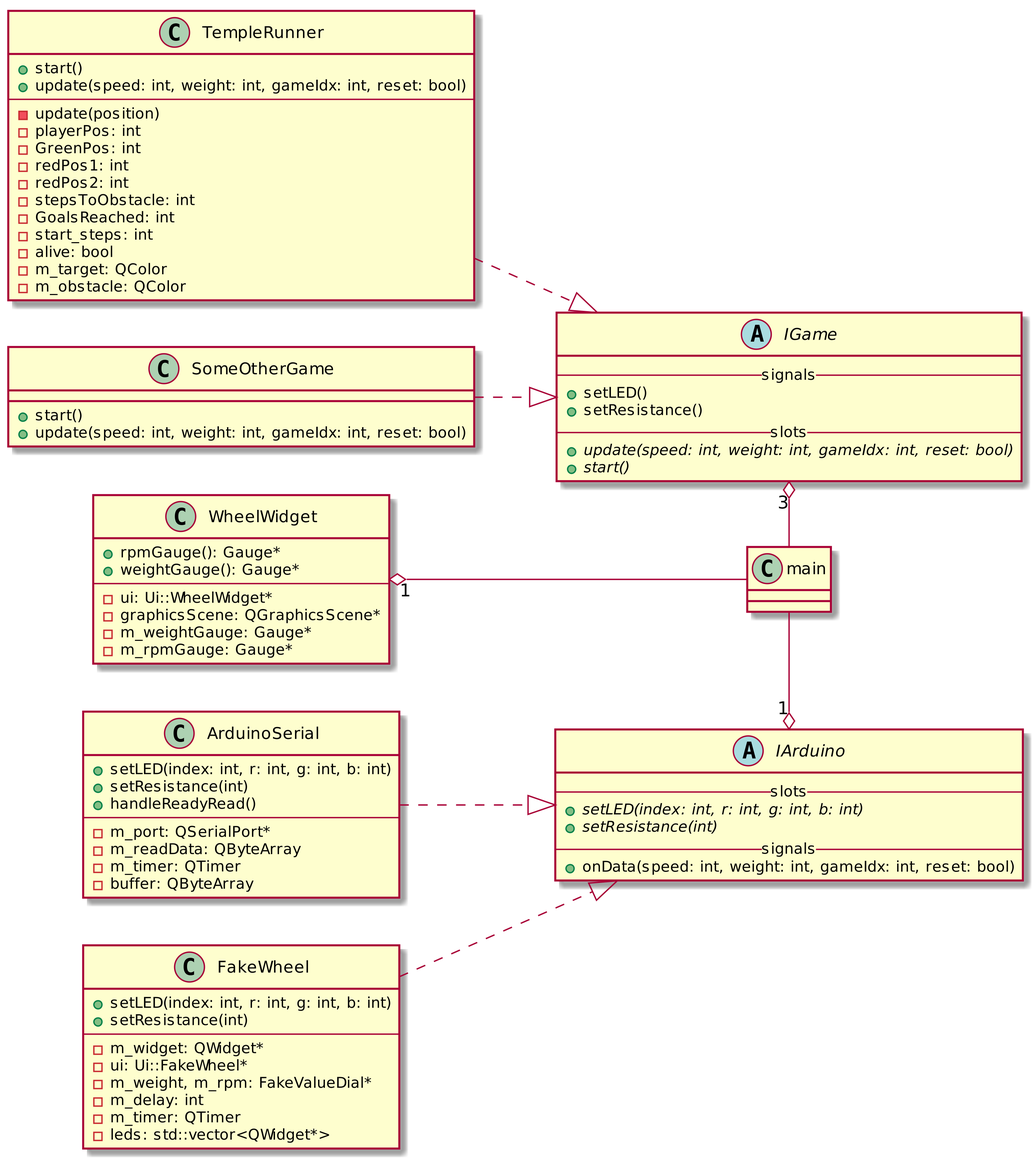
This is uml/out/uml/uml.png from Anders-Clement/B208, a PlantUML export, as it was before one commit.
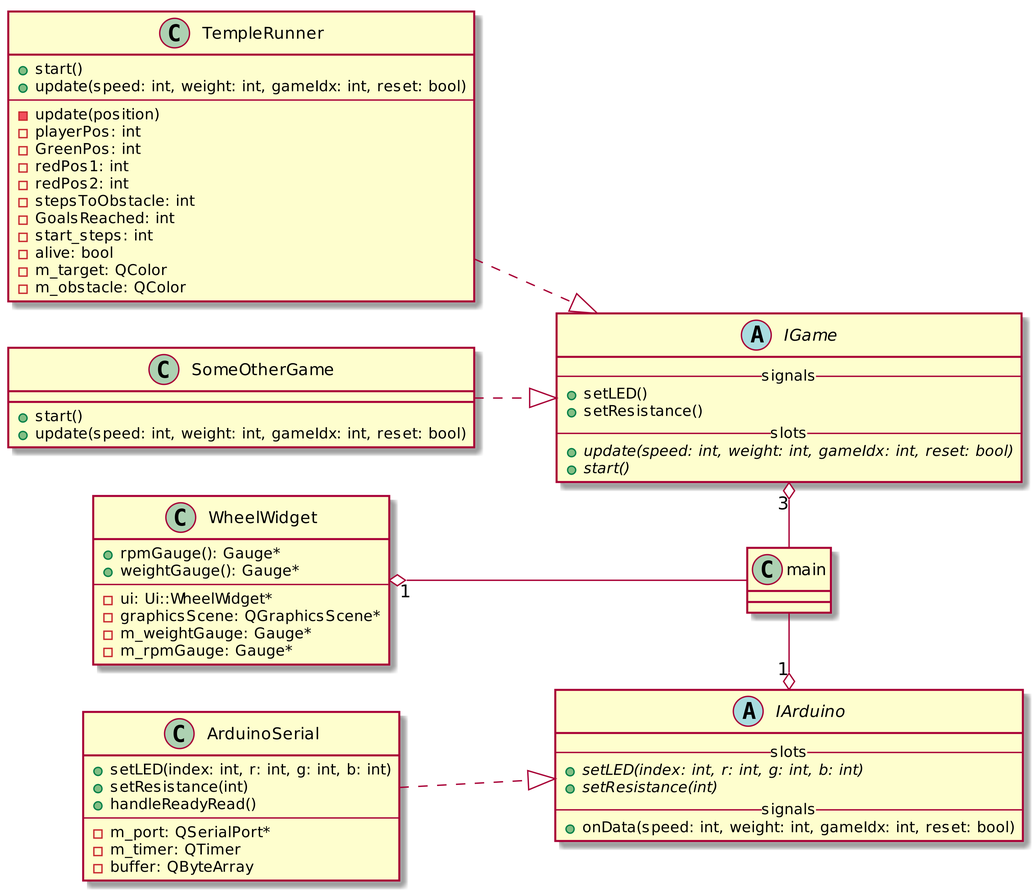
After the change.

Diff of the diagram source:
```diff
@@ -11,6 +11,7 @@
     + {abstract} update(speed: int, weight: int, gameIdx: int, reset: bool)
     + {abstract} start()
 }
+
 class TempleRunner {
     + start()
     + update(speed: int, weight: int, gameIdx: int, reset: bool)
@@ -49,25 +50,11 @@
     + handleReadyRead()
     --
     - m_port: QSerialPort*
-    - m_readData: QByteArray
     - m_timer: QTimer
     - buffer: QByteArray
 }
 
-class FakeWheel {
-    + setLED(index: int, r: int, g: int, b: int)
-    + setResistance(int)
-    --
-    - m_widget: QWidget*
-    - ui: Ui::FakeWheel*
-    - m_weight, m_rpm: FakeValueDial*
-    - m_delay: int
-    - m_timer: QTimer
-    - leds: std::vector<QWidget*>
-}
-
 ArduinoSerial ..|> IArduino
-FakeWheel ..|> IArduino
 
 class WheelWidget {
     + rpmGauge(): Gauge*
```
